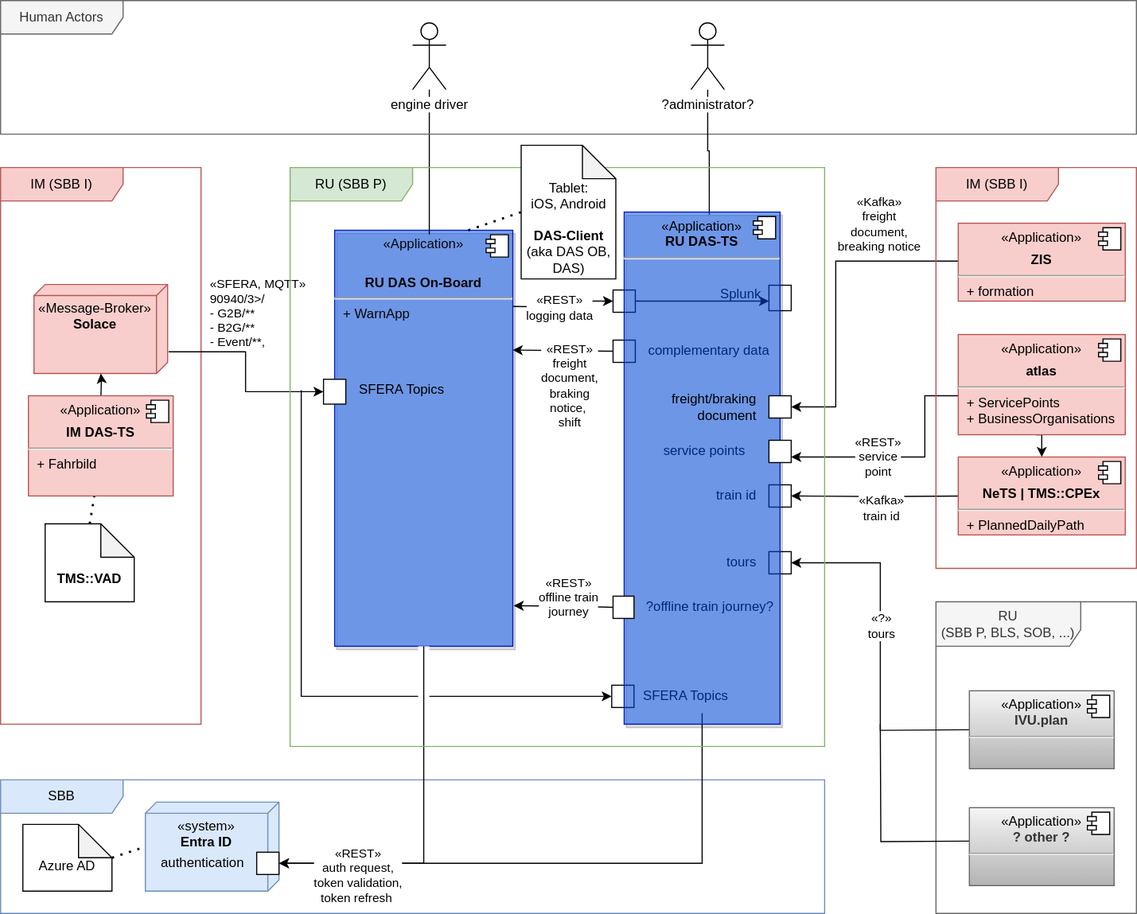
The draw.io diagram docs/content/architecture/05_building_block_view/das-buildingBlocks_whiteboxOverview.drawio.svg in SchweizerischeBundesbahnen/DAS, before a commit. Source tidied: cells renumbered, new cells last; positions are measured from the earlier drawing's top-left corner, leaving out a move shared by most shapes.
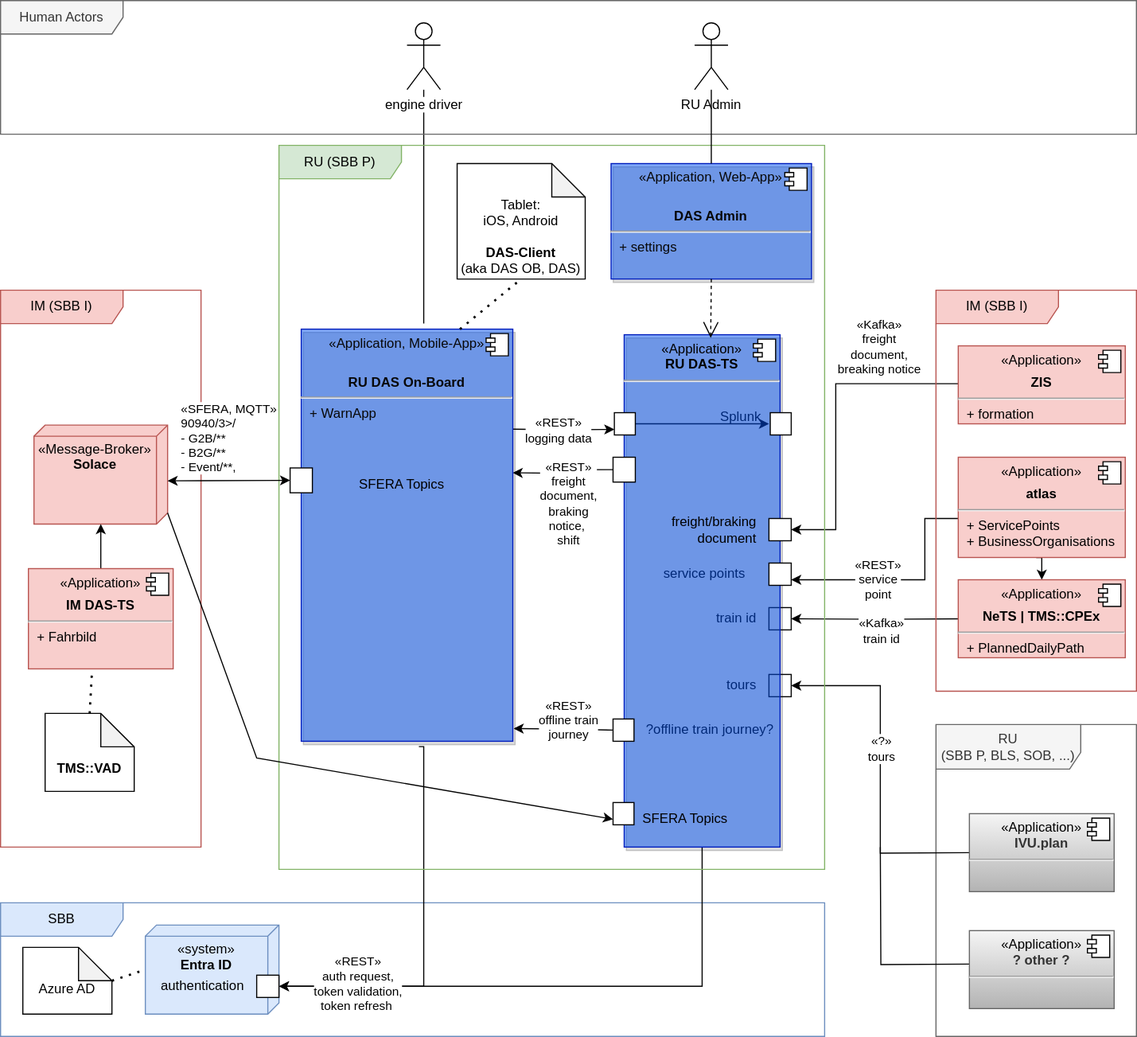
The same file after the commit.

Commit message:
DAS-Admin added to archictural components

The edit, as a diff of the source:
```diff
@@ -7,3 +7,3 @@
     </mxCell>
-    <mxCell id="3" style="edgeStyle=orthogonalEdgeStyle;rounded=0;jettySize=auto;html=1;entryX=0;entryY=0.5;entryDx=0;entryDy=0;exitX=0.999;exitY=0.494;exitDx=0;exitDy=0;exitPerimeter=0;" parent="1" edge="1" target="18">
+    <mxCell id="3" style="edgeStyle=orthogonalEdgeStyle;rounded=0;jettySize=auto;html=1;exitX=0.999;exitY=0.494;exitDx=0;exitDy=0;exitPerimeter=0;entryX=0;entryY=0.75;entryDx=0;entryDy=0;" parent="1" edge="1" target="93">
       <mxGeometry relative="1" as="geometry">
@@ -17,3 +17,3 @@
     </mxCell>
-    <mxCell id="5" style="edgeStyle=orthogonalEdgeStyle;rounded=0;jettySize=auto;html=1;entryX=0;entryY=0.5;entryDx=0;entryDy=0;exitX=0.297;exitY=0.001;exitDx=0;exitDy=0;exitPerimeter=0;startArrow=classic;startFill=1;endArrow=none;endFill=0;" parent="1" edge="1" target="37">
+    <mxCell id="5" style="edgeStyle=orthogonalEdgeStyle;rounded=0;jettySize=auto;html=1;entryX=0;entryY=0.5;entryDx=0;entryDy=0;exitX=0.297;exitY=0.001;exitDx=0;exitDy=0;exitPerimeter=0;startArrow=classic;startFill=1;endArrow=none;endFill=0;" parent="1" edge="1" target="98">
       <mxGeometry relative="1" as="geometry">
@@ -38,6 +38,6 @@
     <mxCell id="9" style="group;shadow=1;" parent="1" vertex="1">
-      <mxGeometry x="290" y="290" width="170" height="290" as="geometry" />
+      <mxGeometry x="290" y="265" width="170" height="290" as="geometry" />
     </mxCell>
-    <mxCell id="10" value="&lt;p style=&quot;margin:0px;margin-top:6px;text-align:center;&quot;&gt;&lt;font color=&quot;#080808&quot;&gt;«Application»&lt;br style=&quot;border-color: var(--border-color);&quot;&gt;&lt;br&gt;&lt;/font&gt;&lt;/p&gt;&lt;p style=&quot;margin:0px;margin-top:6px;text-align:center;&quot;&gt;&lt;b&gt;&lt;font color=&quot;#080808&quot;&gt;RU DAS On-Board&lt;/font&gt;&lt;/b&gt;&lt;/p&gt;&lt;hr&gt;&lt;p style=&quot;margin:0px;margin-left:8px;&quot;&gt;&lt;font color=&quot;#080808&quot;&gt;+ WarnApp&lt;/font&gt;&lt;br&gt;&lt;/p&gt;" style="align=left;overflow=fill;html=1;whiteSpace=wrap;fillColor=#0050ef;fontColor=#ffffff;strokeColor=#001DBC;shadow=1;rounded=0;glass=0;fillOpacity=50;" parent="9" vertex="1">
-      <mxGeometry x="10" y="-83.7" width="160" height="373.7" as="geometry" />
+    <mxCell id="10" value="&lt;p style=&quot;margin:0px;margin-top:6px;text-align:center;&quot;&gt;&lt;font color=&quot;#080808&quot;&gt;«Application, Mobile-App»&lt;br style=&quot;border-color: var(--border-color);&quot;&gt;&lt;br&gt;&lt;/font&gt;&lt;/p&gt;&lt;p style=&quot;margin:0px;margin-top:6px;text-align:center;&quot;&gt;&lt;b&gt;&lt;font color=&quot;#080808&quot;&gt;RU DAS On-Board&lt;/font&gt;&lt;/b&gt;&lt;/p&gt;&lt;hr&gt;&lt;p style=&quot;margin:0px;margin-left:8px;&quot;&gt;&lt;font color=&quot;#080808&quot;&gt;+ WarnApp&lt;/font&gt;&lt;br&gt;&lt;/p&gt;" style="align=left;overflow=fill;html=1;whiteSpace=wrap;fillColor=#0050ef;fontColor=#ffffff;strokeColor=#001DBC;shadow=1;rounded=0;glass=0;fillOpacity=50;" parent="9" vertex="1">
+      <mxGeometry x="-20" y="-80" width="190" height="370" as="geometry" />
     </mxCell>
@@ -52,26 +52,13 @@
     <mxCell id="13" style="rounded=0;whiteSpace=wrap;html=1;" parent="9" vertex="1">
-      <mxGeometry y="50.2" width="20" height="22.3" as="geometry" />
+      <mxGeometry x="-30" y="44.6" width="20" height="22.3" as="geometry" />
     </mxCell>
-    <mxCell id="14" style="edgeStyle=orthogonalEdgeStyle;rounded=0;jettySize=auto;html=1;entryX=0;entryY=0.5;entryDx=0;entryDy=0;" parent="1" edge="1" target="40">
-      <mxGeometry relative="1" as="geometry">
-        <mxPoint x="270" y="350" as="sourcePoint" />
-        <Array as="points">
-          <mxPoint x="270" y="625" />
-        </Array>
-      </mxGeometry>
-    </mxCell>
+    <mxCell id="92" style="edgeStyle=orthogonalEdgeStyle;rounded=0;orthogonalLoop=1;jettySize=auto;html=1;exitX=0.5;exitY=1;exitDx=0;exitDy=0;" parent="9" edge="1" source="13" target="13">
+      <mxGeometry relative="1" as="geometry" />
+    </mxCell>
     <mxCell id="15" value="«Message-Broker»&lt;br&gt;&lt;b&gt;Solace&lt;/b&gt;" style="verticalAlign=top;align=center;spacingTop=8;spacingLeft=2;spacingRight=12;shape=cube;size=10;direction=south;fontStyle=0;html=1;whiteSpace=wrap;fillColor=#f8cecc;strokeColor=#b85450;" parent="1" vertex="1">
-      <mxGeometry x="30" y="255" width="120" height="80" as="geometry" />
+      <mxGeometry x="30" y="271.2" width="120" height="88.8" as="geometry" />
     </mxCell>
-    <mxCell id="16" style="edgeStyle=orthogonalEdgeStyle;rounded=0;jettySize=auto;html=1;" parent="1" edge="1" target="15">
-      <mxGeometry relative="1" as="geometry">
-        <mxPoint x="90" y="360" as="sourcePoint" />
-      </mxGeometry>
+    <mxCell id="16" style="edgeStyle=orthogonalEdgeStyle;rounded=0;jettySize=auto;html=1;exitX=0.5;exitY=0;exitDx=0;exitDy=0;" parent="1" edge="1" source="68" target="15">
+      <mxGeometry relative="1" as="geometry" />
     </mxCell>
-    <mxCell id="17" style="group;" parent="1" vertex="1">
-      <mxGeometry x="550" y="255" width="90" height="35" as="geometry" />
-    </mxCell>
-    <mxCell id="18" style="rounded=0;whiteSpace=wrap;html=1;fillColor=default;" parent="17" vertex="1">
-      <mxGeometry y="5" width="20" height="20" as="geometry" />
-    </mxCell>
     <mxCell id="19" value="SBB" style="shape=umlFrame;whiteSpace=wrap;html=1;width=110;height=30;fillColor=#dae8fc;strokeColor=#6c8ebf;" parent="1" vertex="1">
@@ -82,5 +69,4 @@
     </mxCell>
-    <mxCell id="21" style="edgeStyle=orthogonalEdgeStyle;rounded=0;jettySize=auto;html=1;entryX=1;entryY=0.5;entryDx=0;entryDy=0;" parent="1" edge="1" target="25">
+    <mxCell id="21" style="edgeStyle=orthogonalEdgeStyle;rounded=0;jettySize=auto;html=1;entryX=1;entryY=0.5;entryDx=0;entryDy=0;exitX=0.5;exitY=1;exitDx=0;exitDy=0;" parent="1" edge="1" source="84" target="25">
       <mxGeometry relative="1" as="geometry">
-        <mxPoint x="630" y="640" as="sourcePoint" />
         <Array as="points">
@@ -92,3 +78,3 @@
       <mxGeometry relative="1" as="geometry">
-        <mxPoint x="385" y="210" as="targetPoint" />
+        <mxPoint x="380" y="180" as="targetPoint" />
       </mxGeometry>
@@ -96,3 +82,3 @@
     <mxCell id="23" value="Human Actors" style="shape=umlFrame;whiteSpace=wrap;html=1;width=110;height=30;fillColor=#f5f5f5;strokeColor=#666666;fontColor=#333333;" parent="1" vertex="1">
-      <mxGeometry width="1020" height="120" as="geometry" />
+      <mxGeometry y="-110" width="1020" height="120" as="geometry" />
     </mxCell>
@@ -107,10 +93,7 @@
     </mxCell>
-    <mxCell id="27" style="edgeStyle=orthogonalEdgeStyle;rounded=0;jettySize=auto;html=1;endArrow=none;endFill=0;entryX=0.546;entryY=0.005;entryDx=0;entryDy=0;entryPerimeter=0;" parent="1" edge="1" source="28" target="84">
-      <mxGeometry relative="1" as="geometry" />
-    </mxCell>
-    <mxCell id="28" value="?administrator?" style="shape=umlActor;verticalLabelPosition=bottom;verticalAlign=top;html=1;outlineConnect=0;labelBackgroundColor=default;" parent="1" vertex="1">
-      <mxGeometry x="620" y="20" width="30" height="60" as="geometry" />
+    <mxCell id="28" value="RU Admin" style="shape=umlActor;verticalLabelPosition=bottom;verticalAlign=top;html=1;outlineConnect=0;labelBackgroundColor=default;" parent="1" vertex="1">
+      <mxGeometry x="623.2" y="-90" width="30" height="60" as="geometry" />
     </mxCell>
     <mxCell id="29" value="engine driver" style="shape=umlActor;verticalLabelPosition=bottom;verticalAlign=top;html=1;outlineConnect=0;labelBackgroundColor=default;" parent="1" vertex="1">
-      <mxGeometry x="370" y="20" width="30" height="60" as="geometry" />
+      <mxGeometry x="365" y="-90" width="30" height="60" as="geometry" />
     </mxCell>
@@ -128,23 +111,2 @@
     </mxCell>
-    <mxCell id="34" style="rounded=0;whiteSpace=wrap;html=1;shadow=0;glass=0;fillColor=#FFFFFF;" parent="33" vertex="1">
-      <mxGeometry x="70" y="5.7" width="20" height="22.9" as="geometry" />
-    </mxCell>
-    <mxCell id="35" style="group;" parent="1" vertex="1">
-      <mxGeometry x="550" y="300" width="160" height="30" as="geometry" />
-    </mxCell>
-    <mxCell id="36" value="complementary data" style="text;html=1;align=left;verticalAlign=middle;strokeColor=none;fillColor=none;" parent="35" vertex="1">
-      <mxGeometry x="30" width="130" height="30" as="geometry" />
-    </mxCell>
-    <mxCell id="37" style="rounded=0;whiteSpace=wrap;html=1;" parent="35" vertex="1">
-      <mxGeometry y="5" width="20" height="20" as="geometry" />
-    </mxCell>
-    <mxCell id="38" style="group;" parent="1" vertex="1">
-      <mxGeometry x="550" y="610" width="115" height="30" as="geometry" />
-    </mxCell>
-    <mxCell id="39" value="SFERA Topics" style="text;html=1;align=center;verticalAlign=middle;strokeColor=none;fillColor=none;" parent="38" vertex="1">
-      <mxGeometry x="15" width="100" height="30" as="geometry" />
-    </mxCell>
-    <mxCell id="40" style="rounded=0;whiteSpace=wrap;html=1;fillColor=default;" parent="38" vertex="1">
-      <mxGeometry x="-1.2" y="5" width="20" height="20" as="geometry" />
-    </mxCell>
     <mxCell id="41" style="group;fillColor=none;strokeColor=none;" parent="1" vertex="1">
@@ -229,11 +191,3 @@
     </mxCell>
-    <mxCell id="59" style="edgeStyle=orthogonalEdgeStyle;rounded=0;jettySize=auto;html=1;exitX=0.756;exitY=-0.008;exitDx=0;exitDy=0;exitPerimeter=0;shadow=0;entryX=0;entryY=0.5;entryDx=0;entryDy=0;" parent="1" edge="1" source="15" target="13">
-      <mxGeometry relative="1" as="geometry" />
-    </mxCell>
-    <mxCell id="60" value="«SFERA, MQTT»&lt;br&gt;&lt;div style=&quot;text-align: left;&quot;&gt;90940/3&amp;gt;/&lt;/div&gt;&lt;div style=&quot;text-align: left;&quot;&gt;- G2B/**&lt;/div&gt;&lt;div style=&quot;text-align: left;&quot;&gt;- B2G/**&lt;/div&gt;&lt;div style=&quot;text-align: left;&quot;&gt;- Event/**,&lt;/div&gt;" style="edgeLabel;html=1;align=center;verticalAlign=middle;" parent="59" vertex="1">
-      <mxGeometry x="0.15" y="-1" relative="1" as="geometry">
-        <mxPoint x="11" y="-67" as="offset" />
-      </mxGeometry>
-    </mxCell>
-    <mxCell id="61" style="edgeStyle=orthogonalEdgeStyle;rounded=0;jettySize=auto;html=1;entryX=1;entryY=0.5;entryDx=0;entryDy=0;exitX=0.5;exitY=0;exitDx=0;exitDy=0;" parent="1" edge="1" source="54" target="25">
+    <mxCell id="61" style="edgeStyle=orthogonalEdgeStyle;rounded=0;jettySize=auto;html=1;entryX=1;entryY=0.5;entryDx=0;entryDy=0;exitX=0.556;exitY=1.013;exitDx=0;exitDy=0;exitPerimeter=0;" parent="1" edge="1" source="10" target="25">
       <mxGeometry relative="1" as="geometry">
@@ -250,3 +204,3 @@
     <mxCell id="63" value="&lt;b&gt;&lt;br&gt;&lt;br&gt;TMS::VAD&lt;/b&gt;" style="shape=note;whiteSpace=wrap;html=1;backgroundOutline=1;darkOpacity=0.05;" parent="1" vertex="1">
-      <mxGeometry x="40" y="470" width="80" height="70" as="geometry" />
+      <mxGeometry x="40" y="530" width="80" height="70" as="geometry" />
     </mxCell>
@@ -265,4 +219,5 @@
     </mxCell>
-    <mxCell id="67" style="endArrow=classic;html=1;rounded=0;exitX=1;exitY=0.5;exitDx=0;exitDy=0;" parent="1" edge="1" source="18">
+    <mxCell id="67" style="endArrow=classic;html=1;rounded=0;exitX=1;exitY=0.5;exitDx=0;exitDy=0;" parent="1" edge="1">
       <mxGeometry relative="1" as="geometry">
+        <mxPoint x="570" y="270" as="sourcePoint" />
         <mxPoint x="690" y="270" as="targetPoint" />
@@ -271,3 +226,3 @@
     <mxCell id="68" value="&lt;p style=&quot;margin:0px;margin-top:6px;text-align:center;&quot;&gt;«Application»&lt;b&gt;&lt;br&gt;&lt;/b&gt;&lt;/p&gt;&lt;p style=&quot;margin:0px;margin-top:6px;text-align:center;&quot;&gt;&lt;b&gt;IM DAS-TS&lt;/b&gt;&lt;/p&gt;&lt;hr&gt;&lt;p style=&quot;margin:0px;margin-left:8px;&quot;&gt;+ Fahrbild&lt;br&gt;&lt;/p&gt;" style="align=left;overflow=fill;html=1;whiteSpace=wrap;fillColor=#f8cecc;strokeColor=#b85450;" parent="1" vertex="1">
-      <mxGeometry x="25" y="355" width="130" height="90" as="geometry" />
+      <mxGeometry x="25" y="400" width="130" height="90" as="geometry" />
     </mxCell>
@@ -319,3 +274,3 @@
     <mxCell id="80" value="RU (SBB P)" style="shape=umlFrame;whiteSpace=wrap;html=1;width=110;height=30;fillColor=#d5e8d4;strokeColor=#82b366;" parent="1" vertex="1">
-      <mxGeometry x="260" y="150" width="480" height="520" as="geometry" />
+      <mxGeometry x="250" y="20" width="490" height="650" as="geometry" />
     </mxCell>
@@ -344,6 +299,12 @@
     </mxCell>
+    <mxCell id="39" value="SFERA Topics" style="text;html=1;strokeColor=none;fillColor=none;align=center;verticalAlign=middle;whiteSpace=wrap;rounded=0;" parent="83" vertex="1">
+      <mxGeometry x="-80" y="260" width="150" height="30" as="geometry" />
+    </mxCell>
+    <mxCell id="93" style="rounded=0;whiteSpace=wrap;html=1;" parent="83" vertex="1">
+      <mxGeometry x="-68.8" y="-90" width="18.8" height="20" as="geometry" />
+    </mxCell>
     <mxCell id="88" value="&lt;br&gt;&lt;br&gt;Tablet: &lt;br&gt;iOS, Android&lt;br&gt;&lt;br&gt;&lt;b&gt;DAS-Client&lt;/b&gt;&lt;br&gt;(aka DAS OB, DAS)" style="shape=note;whiteSpace=wrap;html=1;backgroundOutline=1;darkOpacity=0.05;" parent="1" vertex="1">
-      <mxGeometry x="467.5" y="130" width="85" height="120" as="geometry" />
+      <mxGeometry x="410" y="36.3" width="115" height="103.7" as="geometry" />
     </mxCell>
-    <mxCell id="89" style="endArrow=none;dashed=1;html=1;dashPattern=1 3;strokeWidth=2;rounded=0;entryX=0;entryY=0.5;entryDx=0;entryDy=0;entryPerimeter=0;exitX=0.75;exitY=0;exitDx=0;exitDy=0;" parent="1" edge="1" source="10" target="88">
+    <mxCell id="89" style="endArrow=none;dashed=1;html=1;dashPattern=1 3;strokeWidth=2;rounded=0;entryX=0.5;entryY=1;entryDx=0;entryDy=0;entryPerimeter=0;exitX=0.75;exitY=0;exitDx=0;exitDy=0;" parent="1" edge="1" source="10" target="88">
       <mxGeometry relative="1" as="geometry" />
@@ -356,2 +317,40 @@
     </mxCell>
+    <mxCell id="94" value="&lt;p style=&quot;margin:0px;margin-top:6px;text-align:center;&quot;&gt;&lt;font color=&quot;#080808&quot;&gt;«Application, Web-App»&lt;br style=&quot;border-color: var(--border-color);&quot;&gt;&lt;br&gt;&lt;/font&gt;&lt;/p&gt;&lt;p style=&quot;margin:0px;margin-top:6px;text-align:center;&quot;&gt;&lt;b&gt;&lt;font color=&quot;#080808&quot;&gt;DAS Admin&lt;/font&gt;&lt;/b&gt;&lt;/p&gt;&lt;hr&gt;&lt;p style=&quot;margin:0px;margin-left:8px;&quot;&gt;&lt;font color=&quot;#080808&quot;&gt;+ settings&lt;/font&gt;&lt;br&gt;&lt;/p&gt;" style="align=left;overflow=fill;html=1;whiteSpace=wrap;fillColor=#0050ef;fontColor=#ffffff;strokeColor=#001DBC;shadow=1;rounded=0;glass=0;fillOpacity=50;" parent="1" vertex="1">
+      <mxGeometry x="548.2" y="36.3" width="180" height="103.7" as="geometry" />
+    </mxCell>
+    <mxCell id="95" style="shape=component;jettyWidth=8;jettyHeight=4;" parent="94" vertex="1">
+      <mxGeometry x="1" width="20" height="20" relative="1" as="geometry">
+        <mxPoint x="-24" y="4" as="offset" />
+      </mxGeometry>
+    </mxCell>
+    <mxCell id="96" style="edgeStyle=orthogonalEdgeStyle;rounded=0;jettySize=auto;html=1;endArrow=none;endFill=0;" parent="1" edge="1" source="28" target="94">
+      <mxGeometry relative="1" as="geometry" />
+    </mxCell>
+    <mxCell id="97" style="endArrow=open;endSize=12;dashed=1;html=1;rounded=0;entryX=0.555;entryY=0.006;entryDx=0;entryDy=0;entryPerimeter=0;exitX=0.5;exitY=1;exitDx=0;exitDy=0;" parent="1" edge="1" source="94" target="84">
+      <mxGeometry relative="1" as="geometry" />
+    </mxCell>
+    <mxCell id="98" style="rounded=0;whiteSpace=wrap;html=1;" parent="1" vertex="1">
+      <mxGeometry x="550" y="300" width="20" height="22.3" as="geometry" />
+    </mxCell>
+    <mxCell id="99" style="rounded=0;whiteSpace=wrap;html=1;" parent="1" vertex="1">
+      <mxGeometry x="550" y="610" width="18.8" height="20" as="geometry" />
+    </mxCell>
+    <mxCell id="59" style="endArrow=classic;startArrow=classic;html=1;rounded=0;exitX=0.563;exitY=0;exitDx=0;exitDy=0;exitPerimeter=0;entryX=0;entryY=0.5;entryDx=0;entryDy=0;" parent="1" edge="1" source="15" target="13">
+      <mxGeometry relative="1" as="geometry" />
+    </mxCell>
+    <mxCell id="60" value="«SFERA, MQTT»&lt;br style=&quot;border-color: var(--border-color);&quot;&gt;&lt;div style=&quot;border-color: var(--border-color); text-align: left;&quot;&gt;90940/3&amp;gt;/&lt;/div&gt;&lt;div style=&quot;border-color: var(--border-color); text-align: left;&quot;&gt;- G2B/**&lt;/div&gt;&lt;div style=&quot;border-color: var(--border-color); text-align: left;&quot;&gt;- B2G/**&lt;/div&gt;&lt;div style=&quot;border-color: var(--border-color); text-align: left;&quot;&gt;- Event/**,&lt;/div&gt;" style="edgeLabel;html=1;align=center;verticalAlign=middle;" parent="59" vertex="1">
+      <mxGeometry x="-0.12" y="1" relative="1" as="geometry">
+        <mxPoint x="7" y="-37" as="offset" />
+      </mxGeometry>
+    </mxCell>
+    <mxCell id="100" style="endArrow=classic;html=1;rounded=0;exitX=0;exitY=0;exitDx=78.84;exitDy=0;exitPerimeter=0;entryX=0;entryY=0.75;entryDx=0;entryDy=0;" parent="1" edge="1" source="15" target="99">
+      <mxGeometry relative="1" as="geometry">
+        <Array as="points">
+          <mxPoint x="230" y="570" />
+        </Array>
+      </mxGeometry>
+    </mxCell>
+    <mxCell id="101" style="rounded=0;whiteSpace=wrap;html=1;" parent="1" vertex="1">
+      <mxGeometry x="691.2" y="260" width="18.8" height="20" as="geometry" />
+    </mxCell>
   </root>
```
